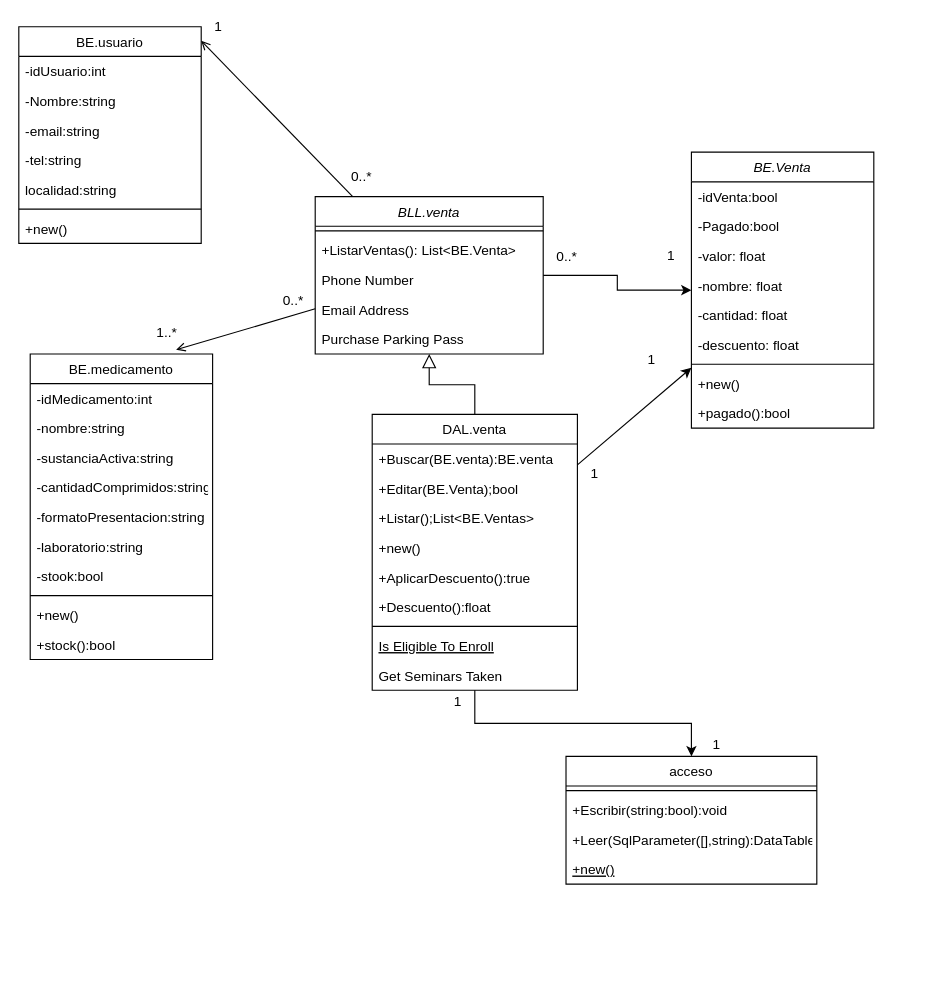
Before: ayds3.drawio in phoenix1179/BD, a draw.io diagram. Source tidied: cells renumbered, new cells numbered last; positions are measured from the earlier drawing's top-left corner, leaving out a move shared by most shapes. Both pictures are drawn from the tidied source at 114%, with x=0, y=0 at pixel (18, 26).
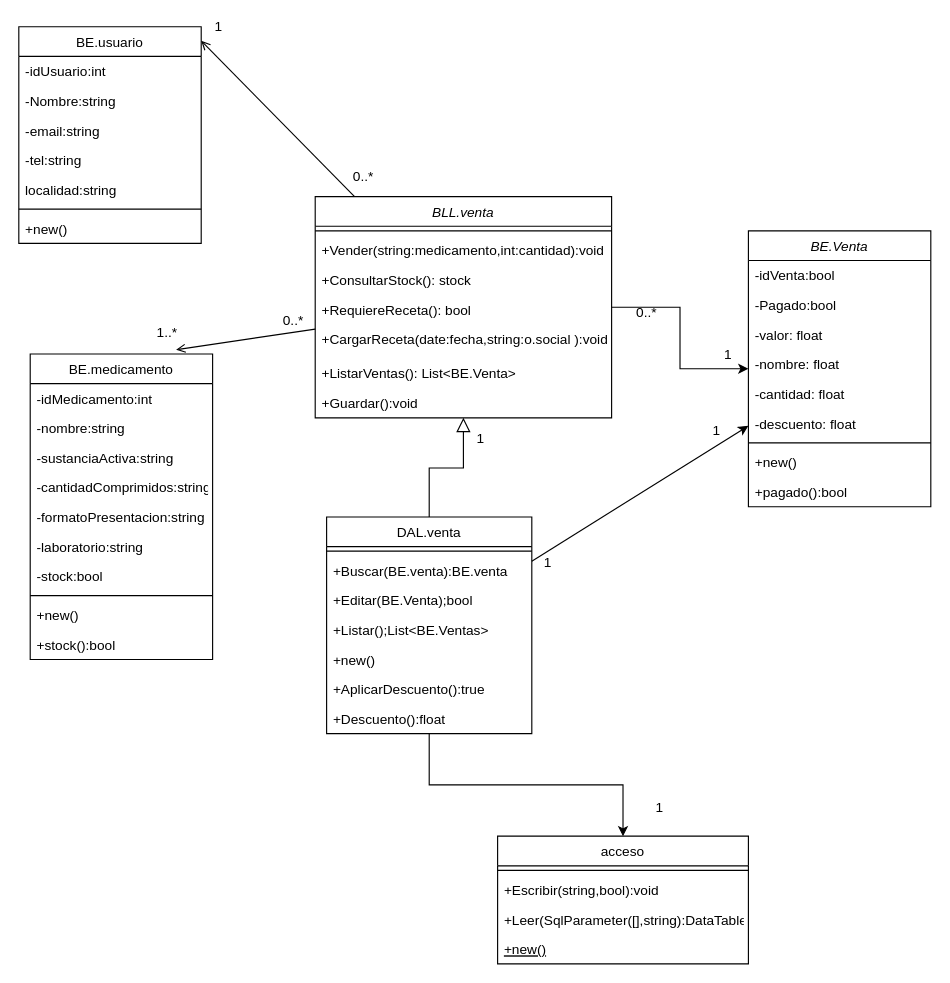
After the change.

The change refers to these unchanged cells:
```xml
<mxCell id="21" value="BE.medicamento" style="swimlane;fontStyle=0;align=center;verticalAlign=top;horizontal=1;startSize=26;rounded=0;shadow=0;strokeWidth=1;" parent="1" vertex="1">
  <mxGeometry x="10" y="287" width="160" height="268" as="geometry" />
</mxCell>
```

Diff of the diagram source:
```diff
@@
     <mxCell id="3" value="BLL.venta" style="swimlane;fontStyle=2;align=center;verticalAlign=top;horizontal=1;startSize=26;rounded=0;shadow=0;strokeWidth=1;" parent="1" vertex="1">
-      <mxGeometry x="260" y="149" width="200" height="138" as="geometry" />
+      <mxGeometry x="260" y="149" width="260" height="194" as="geometry" />
     </mxCell>
     <mxCell id="4" style="line;html=1;strokeWidth=1;align=left;verticalAlign=middle;spacingTop=-1;spacingLeft=3;spacingRight=3;labelPosition=right;" parent="3" vertex="1">
-      <mxGeometry y="26" width="200" height="8" as="geometry" />
+      <mxGeometry y="26" width="260" height="8" as="geometry" />
     </mxCell>
-    <mxCell id="5" value="+ListarVentas(): List&lt;BE.Venta&gt;" style="text;align=left;verticalAlign=top;spacingLeft=4;spacingRight=4;overflow=hidden;" parent="3" vertex="1">
-      <mxGeometry y="34" width="200" height="26" as="geometry" />
+    <mxCell id="5" value="+Vender(string:medicamento,int:cantidad):void" style="text;align=left;verticalAlign=top;spacingLeft=4;spacingRight=4;overflow=hidden;" parent="3" vertex="1">
+      <mxGeometry y="34" width="260" height="26" as="geometry" />
     </mxCell>
-    <mxCell id="6" value="Phone Number" style="text;align=left;verticalAlign=top;spacingLeft=4;spacingRight=4;overflow=hidden;rounded=0;shadow=0;html=0;" parent="3" vertex="1">
-      <mxGeometry y="60" width="200" height="26" as="geometry" />
-    </mxCell>
-    <mxCell id="7" value="Email Address" style="text;align=left;verticalAlign=top;spacingLeft=4;spacingRight=4;overflow=hidden;rounded=0;shadow=0;html=0;" parent="3" vertex="1">
-      <mxGeometry y="86" width="200" height="26" as="geometry" />
-    </mxCell>
-    <mxCell id="8" value="Purchase Parking Pass" style="text;align=left;verticalAlign=top;spacingLeft=4;spacingRight=4;overflow=hidden;" parent="3" vertex="1">
-      <mxGeometry y="112" width="200" height="26" as="geometry" />
-    </mxCell>
+    <mxCell id="68" value="+ConsultarStock(): stock" style="text;align=left;verticalAlign=top;spacingLeft=4;spacingRight=4;overflow=hidden;" parent="3" vertex="1">
+      <mxGeometry y="60" width="260" height="26" as="geometry" />
+    </mxCell>
+    <mxCell id="69" value="+RequiereReceta(): bool" style="text;align=left;verticalAlign=top;spacingLeft=4;spacingRight=4;overflow=hidden;" parent="3" vertex="1">
+      <mxGeometry y="86" width="260" height="26" as="geometry" />
+    </mxCell>
+    <mxCell id="70" value="+CargarReceta(date:fecha,string:o.social ):void" style="text;align=left;verticalAlign=top;spacingLeft=4;spacingRight=4;overflow=hidden;" parent="3" vertex="1">
+      <mxGeometry y="112" width="260" height="30" as="geometry" />
+    </mxCell>
+    <mxCell id="71" value="+ListarVentas(): List&lt;BE.Venta&gt;" style="text;align=left;verticalAlign=top;spacingLeft=4;spacingRight=4;overflow=hidden;" parent="3" vertex="1">
+      <mxGeometry y="142" width="260" height="26" as="geometry" />
+    </mxCell>
+    <mxCell id="72" value="+Guardar():void" style="text;align=left;verticalAlign=top;spacingLeft=4;spacingRight=4;overflow=hidden;" parent="3" vertex="1">
+      <mxGeometry y="168" width="260" height="26" as="geometry" />
+    </mxCell>
@@
     <mxCell id="10" value="DAL.venta" style="swimlane;fontStyle=0;align=center;verticalAlign=top;horizontal=1;startSize=26;rounded=0;shadow=0;strokeWidth=1;" parent="1" vertex="1">
-      <mxGeometry x="310" y="340" width="180" height="242" as="geometry" />
+      <mxGeometry x="270" y="430" width="180" height="190" as="geometry" />
     </mxCell>
+    <mxCell id="17" style="line;html=1;strokeWidth=1;align=left;verticalAlign=middle;spacingTop=-1;spacingLeft=3;spacingRight=3;labelPosition=right;" parent="10" vertex="1">
+      <mxGeometry y="26" width="180" height="8" as="geometry" />
+    </mxCell>
     <mxCell id="11" value="+Buscar(BE.venta):BE.venta" style="text;align=left;verticalAlign=top;spacingLeft=4;spacingRight=4;overflow=hidden;" parent="10" vertex="1">
-      <mxGeometry y="26" width="180" height="26" as="geometry" />
+      <mxGeometry y="34" width="180" height="26" as="geometry" />
     </mxCell>
     <mxCell id="12" value="+Editar(BE.Venta);bool" style="text;align=left;verticalAlign=top;spacingLeft=4;spacingRight=4;overflow=hidden;rounded=0;shadow=0;html=0;" parent="10" vertex="1">
-      <mxGeometry y="52" width="180" height="26" as="geometry" />
+      <mxGeometry y="60" width="180" height="26" as="geometry" />
     </mxCell>
     <mxCell id="13" value="+Listar();List&lt;BE.Ventas&gt;" style="text;align=left;verticalAlign=top;spacingLeft=4;spacingRight=4;overflow=hidden;rounded=0;shadow=0;html=0;" parent="10" vertex="1">
-      <mxGeometry y="78" width="180" height="26" as="geometry" />
+      <mxGeometry y="86" width="180" height="26" as="geometry" />
     </mxCell>
     <mxCell id="14" value="+new()" style="text;align=left;verticalAlign=top;spacingLeft=4;spacingRight=4;overflow=hidden;rounded=0;shadow=0;html=0;" parent="10" vertex="1">
-      <mxGeometry y="104" width="180" height="26" as="geometry" />
+      <mxGeometry y="112" width="180" height="26" as="geometry" />
     </mxCell>
     <mxCell id="15" value="+AplicarDescuento():true" style="text;align=left;verticalAlign=top;spacingLeft=4;spacingRight=4;overflow=hidden;rounded=0;shadow=0;html=0;" parent="10" vertex="1">
-      <mxGeometry y="130" width="180" height="26" as="geometry" />
+      <mxGeometry y="138" width="180" height="26" as="geometry" />
     </mxCell>
     <mxCell id="16" value="+Descuento():float" style="text;align=left;verticalAlign=top;spacingLeft=4;spacingRight=4;overflow=hidden;rounded=0;shadow=0;html=0;" parent="10" vertex="1">
-      <mxGeometry y="156" width="180" height="26" as="geometry" />
+      <mxGeometry y="164" width="180" height="26" as="geometry" />
     </mxCell>
-    <mxCell id="17" style="line;html=1;strokeWidth=1;align=left;verticalAlign=middle;spacingTop=-1;spacingLeft=3;spacingRight=3;labelPosition=right;" parent="10" vertex="1">
-      <mxGeometry y="182" width="180" height="8" as="geometry" />
-    </mxCell>
-    <mxCell id="18" value="Is Eligible To Enroll" style="text;align=left;verticalAlign=top;spacingLeft=4;spacingRight=4;overflow=hidden;fontStyle=4;" parent="10" vertex="1">
-      <mxGeometry y="190" width="180" height="26" as="geometry" />
-    </mxCell>
-    <mxCell id="19" value="Get Seminars Taken" style="text;align=left;verticalAlign=top;spacingLeft=4;spacingRight=4;overflow=hidden;" parent="10" vertex="1">
-      <mxGeometry y="216" width="180" height="26" as="geometry" />
-    </mxCell>
@@
-    <mxCell id="28" value="-stook:bool" style="text;align=left;verticalAlign=top;spacingLeft=4;spacingRight=4;overflow=hidden;rounded=0;shadow=0;html=0;" parent="21" vertex="1">
+    <mxCell id="28" value="-stock:bool" style="text;align=left;verticalAlign=top;spacingLeft=4;spacingRight=4;overflow=hidden;rounded=0;shadow=0;html=0;" parent="21" vertex="1">
       <mxGeometry y="182" width="160" height="26" as="geometry" />
     </mxCell>
@@
     <mxCell id="46" value="acceso" style="swimlane;fontStyle=0;align=center;verticalAlign=top;horizontal=1;startSize=26;rounded=0;shadow=0;strokeWidth=1;" parent="1" vertex="1">
-      <mxGeometry x="480" y="640" width="220" height="112" as="geometry" />
+      <mxGeometry x="420" y="710" width="220" height="112" as="geometry" />
     </mxCell>
@@
-    <mxCell id="48" value="+Escribir(string:bool):void" style="text;align=left;verticalAlign=top;spacingLeft=4;spacingRight=4;overflow=hidden;" parent="46" vertex="1">
+    <mxCell id="48" value="+Escribir(string,bool):void" style="text;align=left;verticalAlign=top;spacingLeft=4;spacingRight=4;overflow=hidden;" parent="46" vertex="1">
       <mxGeometry y="34" width="220" height="26" as="geometry" />
     </mxCell>
@@
     <mxCell id="51" value="BE.Venta" style="swimlane;fontStyle=2;align=center;verticalAlign=top;horizontal=1;startSize=26;rounded=0;shadow=0;strokeWidth=1;" parent="1" vertex="1">
-      <mxGeometry x="590" y="110" width="160" height="242" as="geometry" />
+      <mxGeometry x="640" y="179" width="160" height="242" as="geometry" />
     </mxCell>
@@
     <mxCell id="62" value="0..*" style="align=left;verticalAlign=bottom;labelBackgroundColor=none;fontSize=12;" parent="1" vertex="1">
-      <mxGeometry x="470" y="210" as="geometry" />
+      <mxGeometry x="540" y="259" as="geometry" />
     </mxCell>
     <mxCell id="63" value="1" style="align=left;verticalAlign=bottom;labelBackgroundColor=none;fontSize=12;" parent="1" vertex="1">
-      <mxGeometry x="580" y="200" as="geometry">
+      <mxGeometry x="630" y="287" as="geometry">
         <mxPoint x="-13" y="9" as="offset" />
       </mxGeometry>
     </mxCell>
     <mxCell id="64" value="1" style="align=left;verticalAlign=bottom;labelBackgroundColor=none;fontSize=12;" parent="1" vertex="1">
-      <mxGeometry x="500" y="400" as="geometry" />
+      <mxGeometry x="400" y="370" as="geometry" />
     </mxCell>
     <mxCell id="65" value="1" style="align=left;verticalAlign=bottom;labelBackgroundColor=none;fontSize=12;" parent="1" vertex="1">
-      <mxGeometry x="550" y="300" as="geometry" />
+      <mxGeometry x="640" y="340" as="geometry">
+        <mxPoint x="-33" y="23" as="offset" />
+      </mxGeometry>
     </mxCell>
     <mxCell id="66" value="1" style="align=left;verticalAlign=bottom;labelBackgroundColor=none;fontSize=12;" parent="1" vertex="1">
       <mxGeometry x="510" y="410" as="geometry">
-        <mxPoint x="97" y="228" as="offset" />
+        <mxPoint x="-51" y="68" as="offset" />
       </mxGeometry>
     </mxCell>
     <mxCell id="67" value="1" style="align=left;verticalAlign=bottom;labelBackgroundColor=none;fontSize=12;" parent="1" vertex="1">
-      <mxGeometry x="380" y="600" as="geometry" />
+      <mxGeometry x="520" y="420" as="geometry">
+        <mxPoint x="37" y="273" as="offset" />
+      </mxGeometry>
     </mxCell>
```
